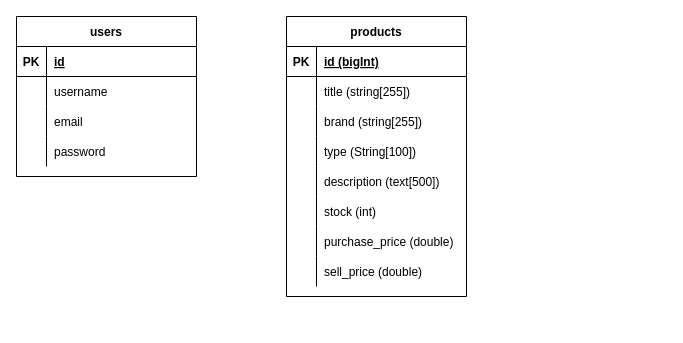
Before: rifus-laptop-design-db.drawio in rifusid/Rifus-Laptop, a draw.io diagram. Source tidied: cells renumbered, new cells numbered last; positions are measured from the earlier drawing's top-left corner, leaving out a move shared by most shapes. Both pictures are drawn from the tidied source at 100%, with x=0, y=0 at pixel (16, 16).
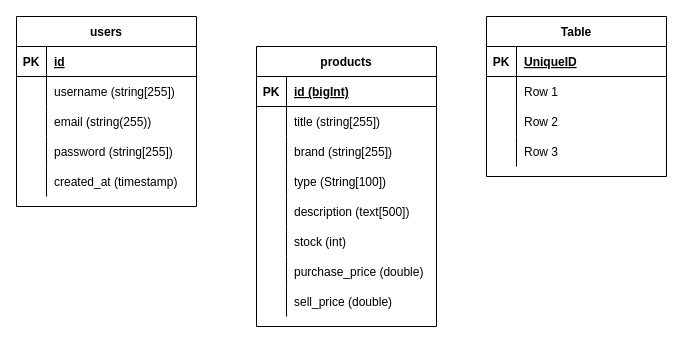
The same page after the edit.

The change refers to these unchanged cells:
```xml
<mxCell id="6" style="shape=tableRow;horizontal=0;startSize=0;swimlaneHead=0;swimlaneBody=0;fillColor=none;top=0;left=0;right=0;bottom=0;" parent="2" vertex="1">
  <mxGeometry y="60" width="180" height="30" as="geometry" />
</mxCell>
<mxCell id="9" style="shape=tableRow;horizontal=0;startSize=0;swimlaneHead=0;swimlaneBody=0;fillColor=none;top=0;left=0;right=0;bottom=0;" parent="2" vertex="1">
  <mxGeometry y="90" width="180" height="30" as="geometry" />
</mxCell>
<mxCell id="12" style="shape=tableRow;horizontal=0;startSize=0;swimlaneHead=0;swimlaneBody=0;fillColor=none;top=0;left=0;right=0;bottom=0;" parent="2" vertex="1">
  <mxGeometry y="120" width="180" height="30" as="geometry" />
</mxCell>
```

Diff of the diagram source:
```diff
@@
     <mxCell id="2" value="users" style="shape=table;startSize=30;childLayout=tableLayout;rowLines=0;fontStyle=1;align=center;" parent="1" vertex="1">
-      <mxGeometry width="180" height="160" as="geometry" />
+      <mxGeometry width="180" height="190" as="geometry" />
     </mxCell>
@@
-    <mxCell id="8" value="username" style="shape=partialRectangle;fillColor=none;top=0;left=0;bottom=0;right=0;align=left;spacingLeft=6;overflow=hidden;" parent="6" vertex="1">
+    <mxCell id="8" value="username (string[255])" style="shape=partialRectangle;fillColor=none;top=0;left=0;bottom=0;right=0;align=left;spacingLeft=6;overflow=hidden;" parent="6" vertex="1">
       <mxGeometry x="30" width="150" height="30" as="geometry" />
     </mxCell>
@@
-    <mxCell id="11" value="email" style="shape=partialRectangle;fillColor=none;top=0;left=0;bottom=0;right=0;align=left;spacingLeft=6;overflow=hidden;" parent="9" vertex="1">
+    <mxCell id="11" value="email (string(255))" style="shape=partialRectangle;fillColor=none;top=0;left=0;bottom=0;right=0;align=left;spacingLeft=6;overflow=hidden;" parent="9" vertex="1">
       <mxGeometry x="30" width="150" height="30" as="geometry" />
     </mxCell>
@@
-    <mxCell id="14" value="password" style="shape=partialRectangle;fillColor=none;top=0;left=0;bottom=0;right=0;align=left;spacingLeft=6;overflow=hidden;" parent="12" vertex="1">
+    <mxCell id="14" value="password (string[255])" style="shape=partialRectangle;fillColor=none;top=0;left=0;bottom=0;right=0;align=left;spacingLeft=6;overflow=hidden;" parent="12" vertex="1">
       <mxGeometry x="30" width="150" height="30" as="geometry" />
     </mxCell>
+    <mxCell id="40" style="shape=tableRow;horizontal=0;startSize=0;swimlaneHead=0;swimlaneBody=0;fillColor=none;top=0;left=0;right=0;bottom=0;" parent="2" vertex="1">
+      <mxGeometry y="150" width="180" height="30" as="geometry" />
+    </mxCell>
+    <mxCell id="41" style="shape=partialRectangle;fillColor=none;top=0;left=0;bottom=0;right=0;overflow=hidden;" parent="40" vertex="1">
+      <mxGeometry width="30" height="30" as="geometry" />
+    </mxCell>
+    <mxCell id="42" value="created_at (timestamp)" style="shape=partialRectangle;fillColor=none;top=0;left=0;bottom=0;right=0;align=left;spacingLeft=6;overflow=hidden;" parent="40" vertex="1">
+      <mxGeometry x="30" width="150" height="30" as="geometry" />
+    </mxCell>
     <mxCell id="15" value="products" style="shape=table;startSize=30;childLayout=tableLayout;rowLines=0;fontStyle=1;align=center;" parent="1" vertex="1">
-      <mxGeometry x="270" width="180" height="280" as="geometry" />
+      <mxGeometry x="240" y="30" width="180" height="280" as="geometry" />
     </mxCell>
@@
+    <mxCell id="43" value="Table" style="shape=table;startSize=30;childLayout=tableLayout;rowLines=0;fontStyle=1;align=center;" parent="1" vertex="1">
+      <mxGeometry x="470" width="180" height="160" as="geometry" />
+    </mxCell>
+    <mxCell id="44" style="shape=tableRow;horizontal=0;startSize=0;swimlaneHead=0;swimlaneBody=0;fillColor=none;top=0;left=0;right=0;bottom=1;" parent="43" vertex="1">
+      <mxGeometry y="30" width="180" height="30" as="geometry" />
+    </mxCell>
+    <mxCell id="45" value="PK" style="shape=partialRectangle;fillColor=none;top=0;left=0;bottom=0;right=0;fontStyle=1;overflow=hidden;" parent="44" vertex="1">
+      <mxGeometry width="30" height="30" as="geometry" />
+    </mxCell>
+    <mxCell id="46" value="UniqueID" style="shape=partialRectangle;fillColor=none;top=0;left=0;bottom=0;right=0;align=left;spacingLeft=6;fontStyle=5;overflow=hidden;" parent="44" vertex="1">
+      <mxGeometry x="30" width="150" height="30" as="geometry" />
+    </mxCell>
+    <mxCell id="47" style="shape=tableRow;horizontal=0;startSize=0;swimlaneHead=0;swimlaneBody=0;fillColor=none;top=0;left=0;right=0;bottom=0;" parent="43" vertex="1">
+      <mxGeometry y="60" width="180" height="30" as="geometry" />
+    </mxCell>
+    <mxCell id="48" style="shape=partialRectangle;fillColor=none;top=0;left=0;bottom=0;right=0;overflow=hidden;" parent="47" vertex="1">
+      <mxGeometry width="30" height="30" as="geometry" />
+    </mxCell>
+    <mxCell id="49" value="Row 1" style="shape=partialRectangle;fillColor=none;top=0;left=0;bottom=0;right=0;align=left;spacingLeft=6;overflow=hidden;" parent="47" vertex="1">
+      <mxGeometry x="30" width="150" height="30" as="geometry" />
+    </mxCell>
+    <mxCell id="50" style="shape=tableRow;horizontal=0;startSize=0;swimlaneHead=0;swimlaneBody=0;fillColor=none;top=0;left=0;right=0;bottom=0;" parent="43" vertex="1">
+      <mxGeometry y="90" width="180" height="30" as="geometry" />
+    </mxCell>
+    <mxCell id="51" style="shape=partialRectangle;fillColor=none;top=0;left=0;bottom=0;right=0;overflow=hidden;" parent="50" vertex="1">
+      <mxGeometry width="30" height="30" as="geometry" />
+    </mxCell>
+    <mxCell id="52" value="Row 2" style="shape=partialRectangle;fillColor=none;top=0;left=0;bottom=0;right=0;align=left;spacingLeft=6;overflow=hidden;" parent="50" vertex="1">
+      <mxGeometry x="30" width="150" height="30" as="geometry" />
+    </mxCell>
+    <mxCell id="53" style="shape=tableRow;horizontal=0;startSize=0;swimlaneHead=0;swimlaneBody=0;fillColor=none;top=0;left=0;right=0;bottom=0;" parent="43" vertex="1">
+      <mxGeometry y="120" width="180" height="30" as="geometry" />
+    </mxCell>
+    <mxCell id="54" style="shape=partialRectangle;fillColor=none;top=0;left=0;bottom=0;right=0;overflow=hidden;" parent="53" vertex="1">
+      <mxGeometry width="30" height="30" as="geometry" />
+    </mxCell>
+    <mxCell id="55" value="Row 3" style="shape=partialRectangle;fillColor=none;top=0;left=0;bottom=0;right=0;align=left;spacingLeft=6;overflow=hidden;" parent="53" vertex="1">
+      <mxGeometry x="30" width="150" height="30" as="geometry" />
+    </mxCell>
```
